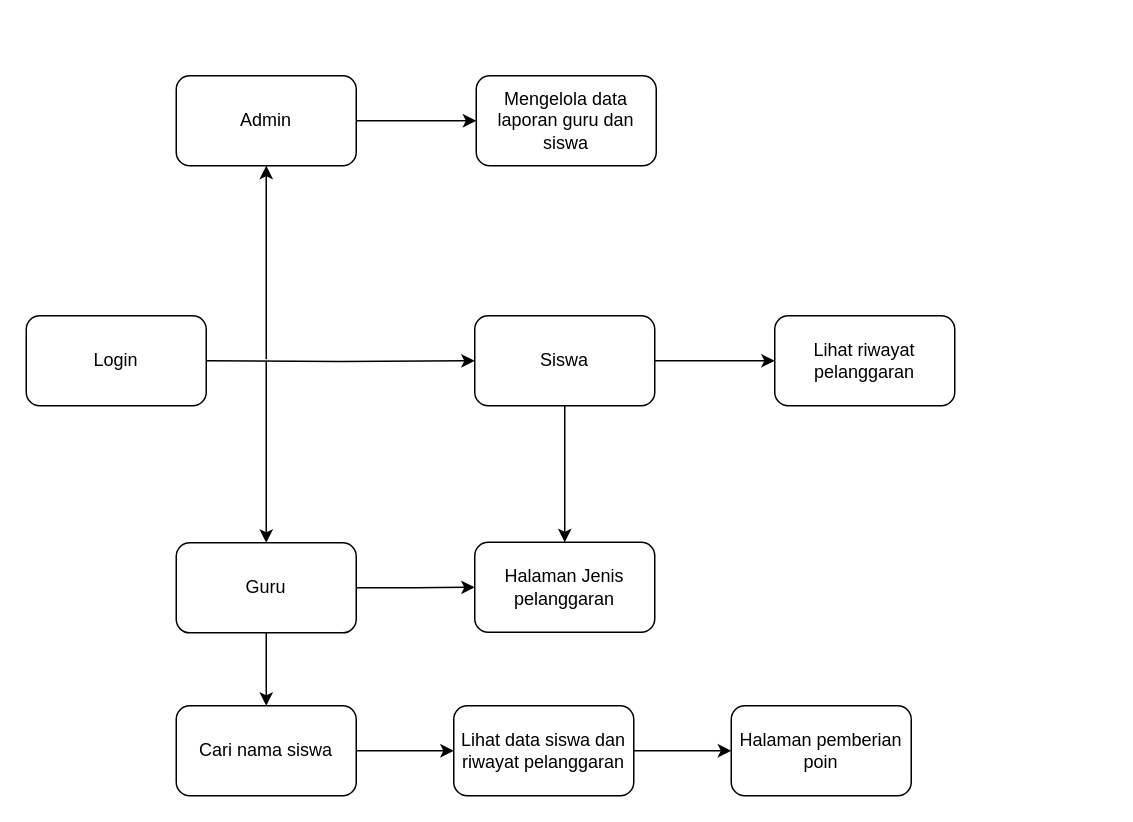
The draw.io diagram alur-simponis.drawio in sastafelishaa/sinponis, before the edit. Source tidied: cells renumbered, new cells numbered last; positions are measured from the earlier drawing's top-left corner, leaving out a move shared by most shapes. Both pictures are drawn from the tidied source at 150%, with x=0, y=0 at pixel (26, 75).
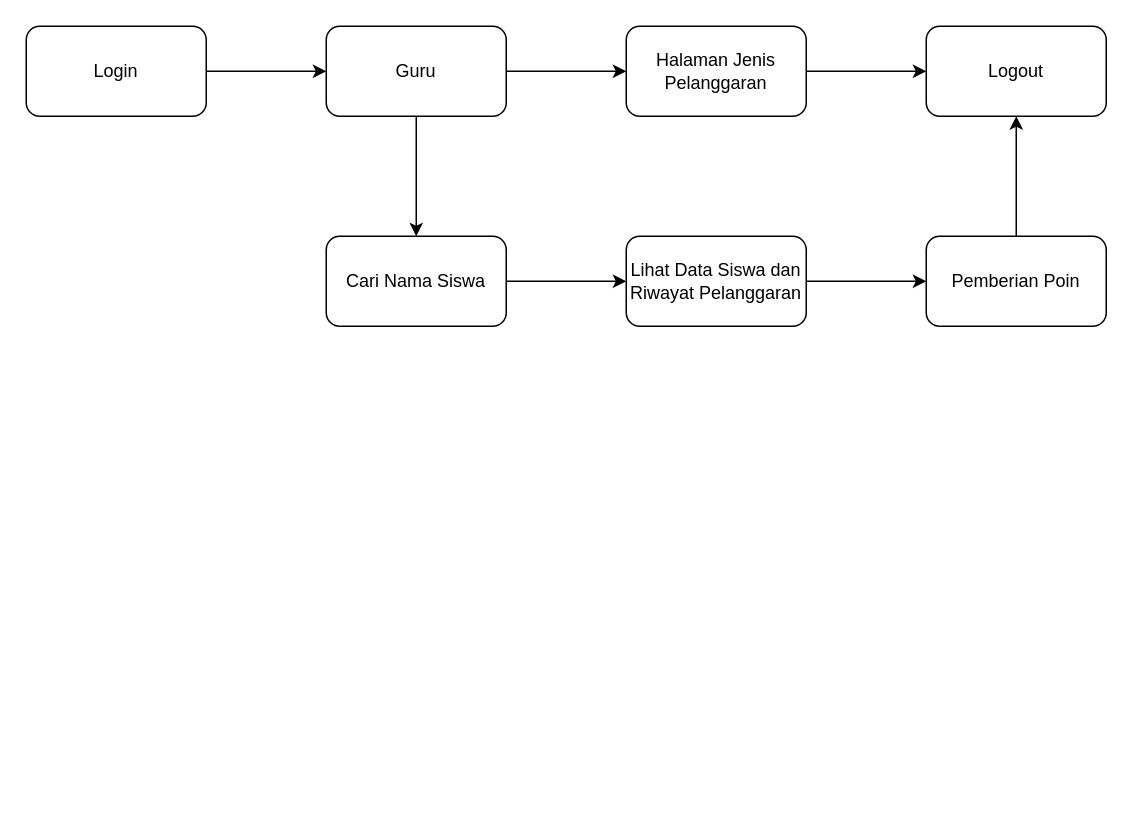
The same diagram, later.

Diff of the diagram source:
```diff
@@
-    <mxCell id="2" style="edgeStyle=orthogonalEdgeStyle;rounded=0;jettySize=auto;html=1;" parent="1" edge="1" target="6">
-      <mxGeometry relative="1" as="geometry">
-        <mxPoint x="120" y="190" as="sourcePoint" />
-      </mxGeometry>
-    </mxCell>
+    <mxCell id="22" style="edgeStyle=orthogonalEdgeStyle;rounded=0;jettySize=auto;html=1;" parent="1" edge="1" source="3" target="11">
+      <mxGeometry relative="1" as="geometry" />
+    </mxCell>
     <mxCell id="3" value="Login" style="rounded=1;whiteSpace=wrap;html=1;" parent="1" vertex="1">
-      <mxGeometry y="160" width="120" height="60" as="geometry" />
+      <mxGeometry y="-33" width="120" height="60" as="geometry" />
     </mxCell>
-    <mxCell id="4" style="edgeStyle=orthogonalEdgeStyle;rounded=0;jettySize=auto;html=1;" parent="1" edge="1" source="6" target="19">
-      <mxGeometry relative="1" as="geometry" />
-    </mxCell>
-    <mxCell id="5" style="edgeStyle=orthogonalEdgeStyle;rounded=0;jettySize=auto;html=1;" parent="1" edge="1" source="6" target="21">
-      <mxGeometry relative="1" as="geometry" />
-    </mxCell>
-    <mxCell id="6" value="Siswa" style="whiteSpace=wrap;html=1;rounded=1;" parent="1" vertex="1">
-      <mxGeometry x="299" y="160" width="120" height="60" as="geometry" />
-    </mxCell>
-    <mxCell id="7" style="endArrow=classic;html=1;rounded=0;" parent="1" edge="1">
-      <mxGeometry relative="1" as="geometry">
-        <mxPoint x="160" y="189" as="sourcePoint" />
-        <mxPoint x="160" y="60" as="targetPoint" />
-      </mxGeometry>
-    </mxCell>
-    <mxCell id="8" style="endArrow=classic;html=1;rounded=0;" parent="1" edge="1" target="11">
-      <mxGeometry relative="1" as="geometry">
-        <mxPoint x="160" y="190" as="sourcePoint" />
-      </mxGeometry>
-    </mxCell>
-    <mxCell id="9" style="edgeStyle=orthogonalEdgeStyle;rounded=0;jettySize=auto;html=1;" parent="1" edge="1" source="11" target="13">
-      <mxGeometry relative="1" as="geometry" />
-    </mxCell>
-    <mxCell id="10" style="edgeStyle=orthogonalEdgeStyle;rounded=0;jettySize=auto;html=1;" parent="1" edge="1" source="11" target="19">
-      <mxGeometry relative="1" as="geometry" />
-    </mxCell>
+    <mxCell id="23" style="edgeStyle=orthogonalEdgeStyle;rounded=0;jettySize=auto;html=1;" parent="1" edge="1" source="11" target="26">
+      <mxGeometry relative="1" as="geometry" />
+    </mxCell>
+    <mxCell id="24" style="edgeStyle=orthogonalEdgeStyle;rounded=0;jettySize=auto;html=1;" parent="1" edge="1" source="11" target="28">
+      <mxGeometry relative="1" as="geometry" />
+    </mxCell>
-    <mxCell id="11" value="Guru" style="rounded=1;whiteSpace=wrap;html=1;" parent="1" vertex="1">
-      <mxGeometry x="100" y="311.4" width="120" height="60" as="geometry" />
+    <mxCell id="11" value="Guru" style="whiteSpace=wrap;html=1;rounded=1;" parent="1" vertex="1">
+      <mxGeometry x="200" y="-33" width="120" height="60" as="geometry" />
     </mxCell>
-    <mxCell id="12" style="edgeStyle=orthogonalEdgeStyle;rounded=0;jettySize=auto;html=1;" parent="1" edge="1" source="13" target="18">
-      <mxGeometry relative="1" as="geometry" />
-    </mxCell>
-    <mxCell id="13" value="Cari nama siswa" style="whiteSpace=wrap;html=1;rounded=1;" parent="1" vertex="1">
-      <mxGeometry x="100" y="420" width="120" height="60" as="geometry" />
-    </mxCell>
-    <mxCell id="14" style="edgeStyle=orthogonalEdgeStyle;rounded=0;jettySize=auto;html=1;" parent="1" edge="1" source="15" target="16">
-      <mxGeometry relative="1" as="geometry" />
-    </mxCell>
-    <mxCell id="15" value="Admin" style="rounded=1;whiteSpace=wrap;html=1;" parent="1" vertex="1">
-      <mxGeometry x="100" width="120" height="60" as="geometry" />
-    </mxCell>
-    <mxCell id="16" value="Mengelola data laporan guru dan siswa" style="rounded=1;whiteSpace=wrap;html=1;" parent="1" vertex="1">
-      <mxGeometry x="300" width="120" height="60" as="geometry" />
-    </mxCell>
-    <mxCell id="17" style="edgeStyle=orthogonalEdgeStyle;rounded=0;jettySize=auto;html=1;" parent="1" edge="1" source="18" target="20">
-      <mxGeometry relative="1" as="geometry" />
-    </mxCell>
-    <mxCell id="18" value="Lihat data siswa dan riwayat pelanggaran" style="whiteSpace=wrap;html=1;rounded=1;" parent="1" vertex="1">
-      <mxGeometry x="285" y="420" width="120" height="60" as="geometry" />
-    </mxCell>
-    <mxCell id="19" value="Halaman Jenis pelanggaran" style="whiteSpace=wrap;html=1;rounded=1;" parent="1" vertex="1">
-      <mxGeometry x="299" y="311" width="120" height="60" as="geometry" />
-    </mxCell>
-    <mxCell id="20" value="Halaman pemberian poin" style="whiteSpace=wrap;html=1;rounded=1;" parent="1" vertex="1">
-      <mxGeometry x="470" y="420" width="120" height="60" as="geometry" />
-    </mxCell>
-    <mxCell id="21" value="Lihat riwayat pelanggaran" style="whiteSpace=wrap;html=1;rounded=1;" parent="1" vertex="1">
-      <mxGeometry x="499" y="160" width="120" height="60" as="geometry" />
-    </mxCell>
+    <mxCell id="25" style="edgeStyle=orthogonalEdgeStyle;rounded=0;jettySize=auto;html=1;" parent="1" edge="1" source="26" target="33">
+      <mxGeometry relative="1" as="geometry" />
+    </mxCell>
+    <mxCell id="26" value="Halaman Jenis Pelanggaran" style="whiteSpace=wrap;html=1;rounded=1;" parent="1" vertex="1">
+      <mxGeometry x="400" y="-33" width="120" height="60" as="geometry" />
+    </mxCell>
+    <mxCell id="27" style="edgeStyle=orthogonalEdgeStyle;rounded=0;jettySize=auto;html=1;" parent="1" edge="1" source="28" target="30">
+      <mxGeometry relative="1" as="geometry" />
+    </mxCell>
+    <mxCell id="28" value="Cari Nama Siswa" style="whiteSpace=wrap;html=1;rounded=1;" parent="1" vertex="1">
+      <mxGeometry x="200" y="107" width="120" height="60" as="geometry" />
+    </mxCell>
+    <mxCell id="29" style="edgeStyle=orthogonalEdgeStyle;rounded=0;jettySize=auto;html=1;" parent="1" edge="1" source="30" target="32">
+      <mxGeometry relative="1" as="geometry" />
+    </mxCell>
+    <mxCell id="30" value="Lihat Data Siswa dan Riwayat Pelanggaran" style="whiteSpace=wrap;html=1;rounded=1;" parent="1" vertex="1">
+      <mxGeometry x="400" y="107" width="120" height="60" as="geometry" />
+    </mxCell>
+    <mxCell id="31" style="edgeStyle=orthogonalEdgeStyle;rounded=0;jettySize=auto;html=1;" parent="1" edge="1" source="32" target="33">
+      <mxGeometry relative="1" as="geometry" />
+    </mxCell>
+    <mxCell id="32" value="Pemberian Poin" style="whiteSpace=wrap;html=1;rounded=1;" parent="1" vertex="1">
+      <mxGeometry x="600" y="107" width="120" height="60" as="geometry" />
+    </mxCell>
+    <mxCell id="33" value="Logout" style="whiteSpace=wrap;html=1;rounded=1;" parent="1" vertex="1">
+      <mxGeometry x="600" y="-33" width="120" height="60" as="geometry" />
+    </mxCell>
```
